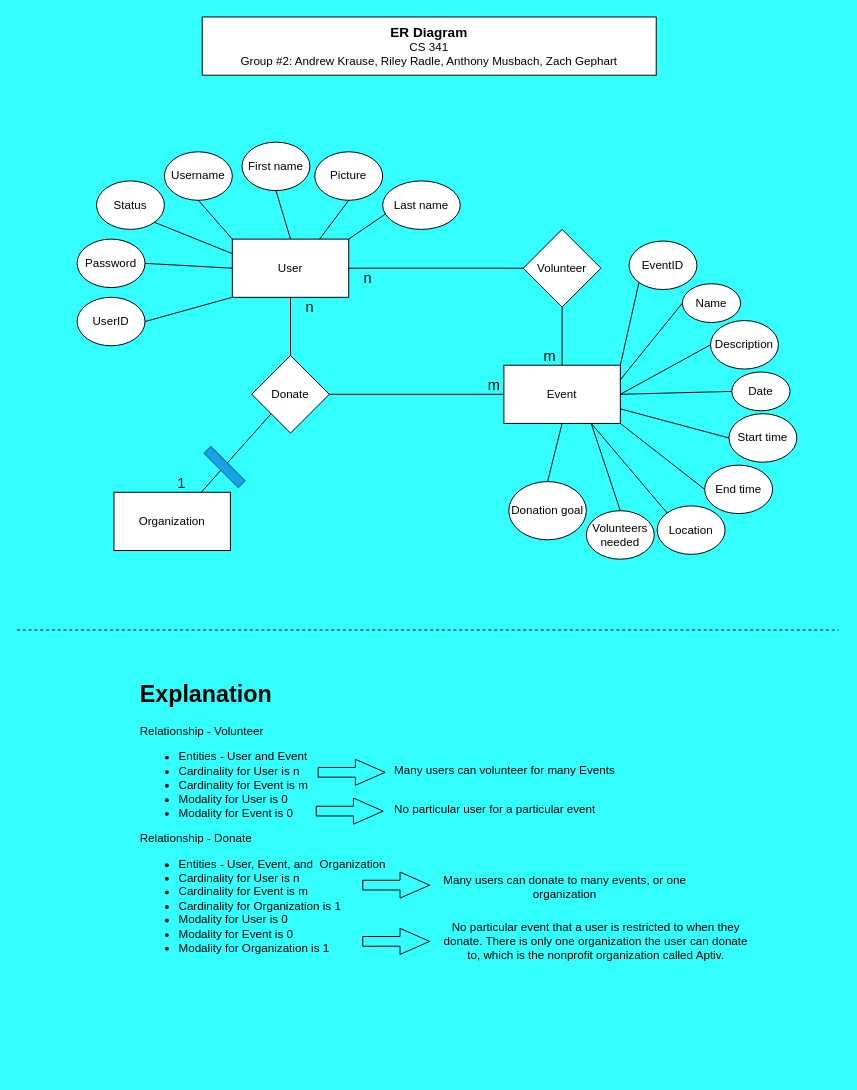
Above: Architecture-Design/Architectural-Design_(ER-Diagram).drawio in Andrew-EKrause/TeamAptiv-Web-App (draw.io), before the change. Source tidied: cells renumbered, new cells numbered last; positions are measured from the earlier drawing's top-left corner, leaving out a move shared by most shapes. Both pictures are drawn from the tidied source at 97%, with x=0, y=0 at pixel (16, 16).
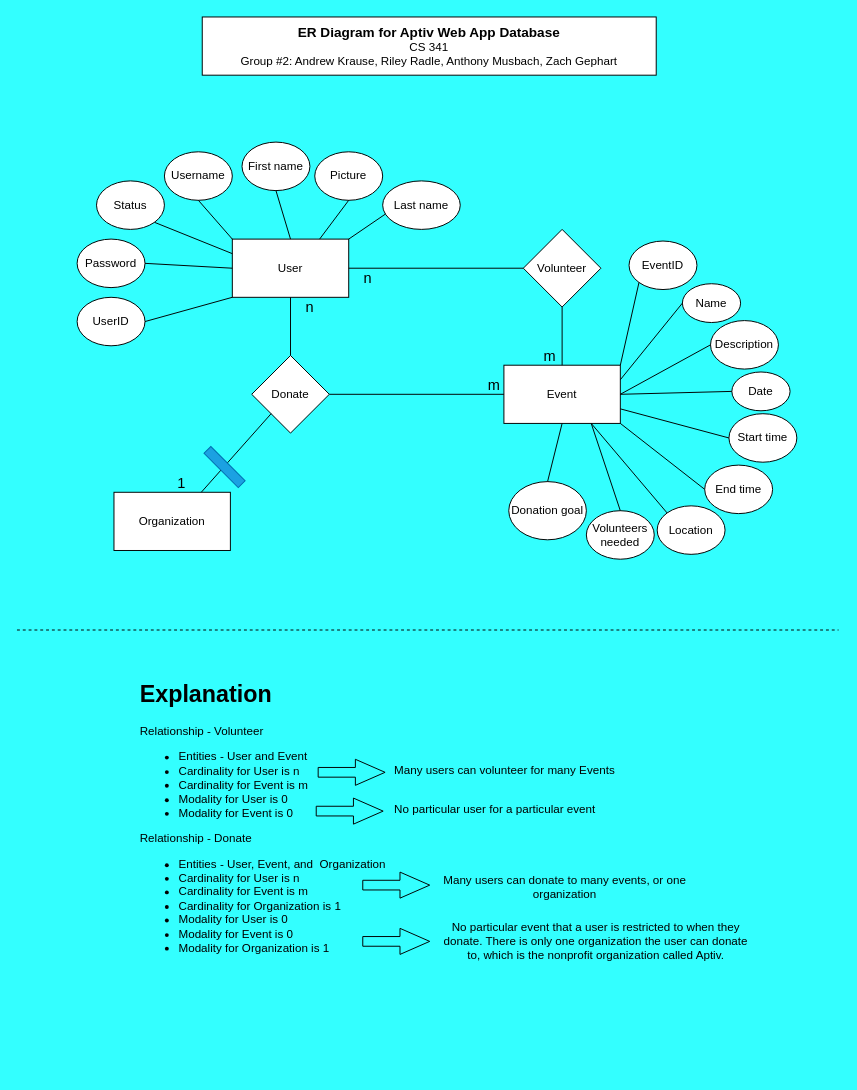
The same page after the edit.

Change to the diagram source:
```diff
@@
-    <mxCell id="60" value="&lt;font style=&quot;font-size: 14px&quot;&gt;&lt;b&gt;ER Diagram&lt;/b&gt;&lt;/font&gt;&lt;br&gt;CS 341&lt;br&gt;Group #2: Andrew Krause, Riley Radle, Anthony Musbach, Zach Gephart" style="rounded=0;whiteSpace=wrap;html=1;" parent="1" vertex="1">
+    <mxCell id="60" value="&lt;font style=&quot;font-size: 14px&quot;&gt;&lt;b&gt;ER Diagram for Aptiv Web App Database&lt;/b&gt;&lt;/font&gt;&lt;br&gt;CS 341&lt;br&gt;Group #2: Andrew Krause, Riley Radle, Anthony Musbach, Zach Gephart" style="rounded=0;whiteSpace=wrap;html=1;" parent="1" vertex="1">
       <mxGeometry x="191" width="468" height="60" as="geometry" />
     </mxCell>
```
